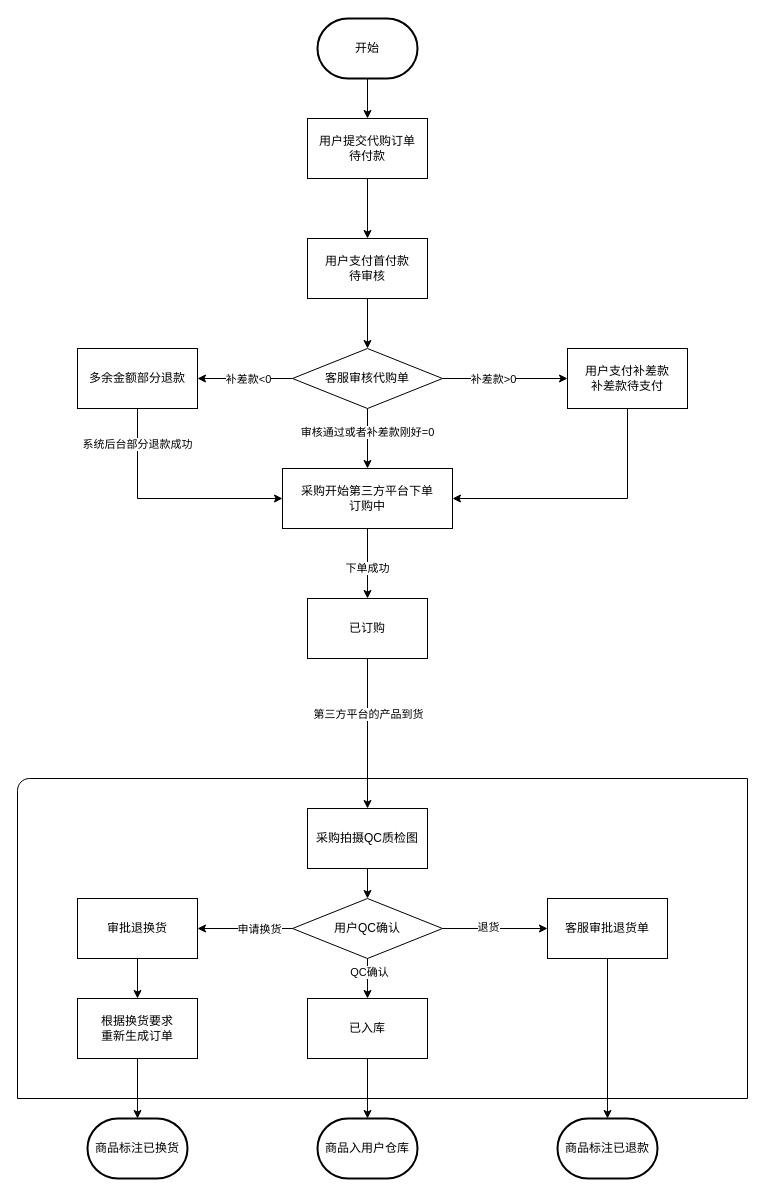
Above: 代购流程.drawio in yangjy15033/draw.io (draw.io), before the change. Source tidied: cells renumbered, new cells numbered last; positions are measured from the earlier drawing's top-left corner, leaving out a move shared by most shapes. Both pictures are drawn from the tidied source at 100%, with x=0, y=0 at pixel (17, 18).
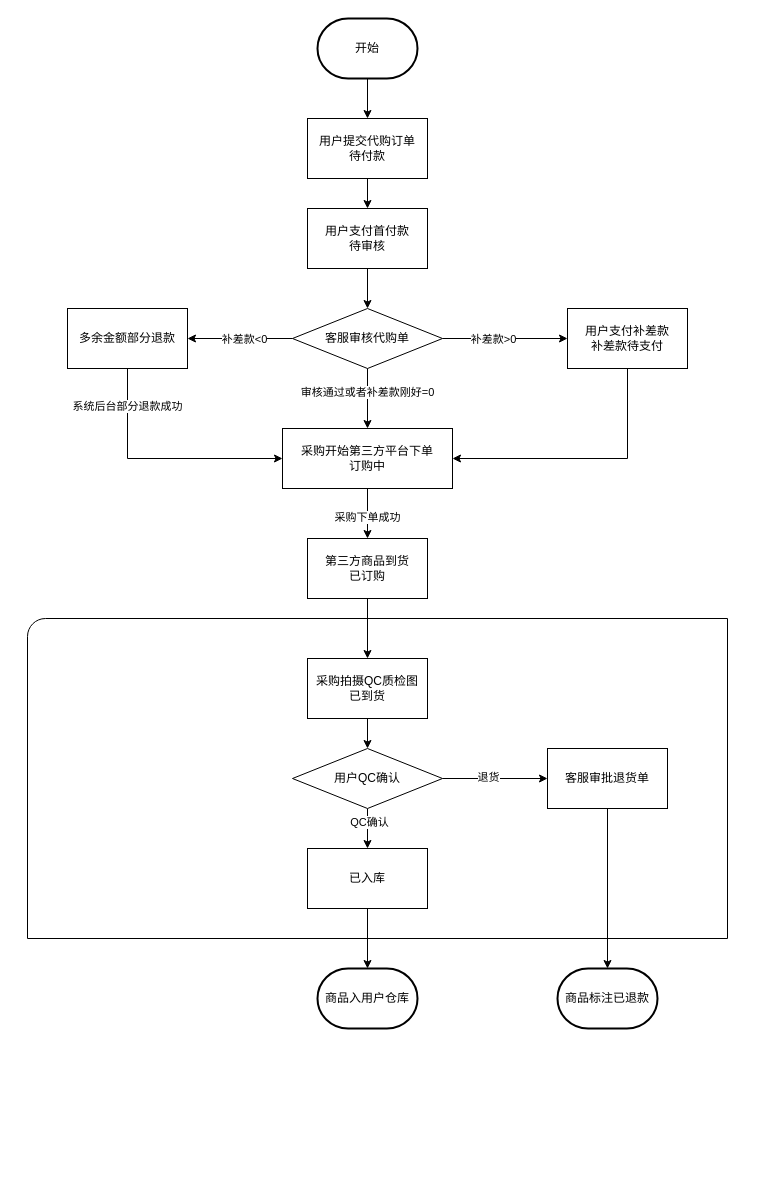
The same diagram, later.

Commit message:
更新代购流程.drawio

The change refers to these unchanged cells:
```xml
<mxCell id="8" style="edgeStyle=orthogonalEdgeStyle;rounded=0;jettySize=auto;html=1;" parent="1" edge="1" source="10" target="13">
  <mxGeometry relative="1" as="geometry" />
</mxCell>
<mxCell id="11" style="edgeStyle=orthogonalEdgeStyle;rounded=0;jettySize=auto;html=1;entryX=0.5;entryY=0;entryDx=0;entryDy=0;" parent="1" edge="1" source="13" target="41">
  <mxGeometry relative="1" as="geometry" />
</mxCell>
```

Change to the diagram source:
```diff
@@
-    <mxCell id="2" style="verticalLabelPosition=bottom;verticalAlign=top;html=1;shape=mxgraph.basic.corner_round_rect;dx=6;whiteSpace=wrap;" parent="1" vertex="1">
-      <mxGeometry y="760" width="730" height="320" as="geometry" />
+    <mxCell id="2" style="verticalLabelPosition=bottom;verticalAlign=top;html=1;shape=mxgraph.basic.corner_round_rect;dx=9;whiteSpace=wrap;" parent="1" vertex="1">
+      <mxGeometry x="10" y="600" width="700" height="320" as="geometry" />
     </mxCell>
@@
     <mxCell id="7" value="用户支付首付款&lt;br&gt;待审核" style="whiteSpace=wrap;html=1;rounded=0;" parent="1" vertex="1">
-      <mxGeometry x="290" y="220" width="120" height="60" as="geometry" />
+      <mxGeometry x="290" y="190" width="120" height="60" as="geometry" />
     </mxCell>
@@
-    <mxCell id="9" value="下单成功" style="edgeLabel;html=1;align=center;verticalAlign=middle;" parent="8" vertex="1">
+    <mxCell id="9" value="采购下单成功" style="edgeLabel;html=1;align=center;verticalAlign=middle;" parent="8" vertex="1">
       <mxGeometry x="0.1" y="-1" relative="1" as="geometry" />
     </mxCell>
     <mxCell id="10" value="采购开始第三方平台下单&lt;br&gt;订购中" style="whiteSpace=wrap;html=1;rounded=0;" parent="1" vertex="1">
-      <mxGeometry x="265" y="450" width="170" height="60" as="geometry" />
+      <mxGeometry x="265" y="410" width="170" height="60" as="geometry" />
     </mxCell>
@@
-    <mxCell id="12" value="第三方平台的产品到货" style="edgeLabel;html=1;align=center;verticalAlign=middle;" parent="11" vertex="1">
-      <mxGeometry x="0.07" y="-2" relative="1" as="geometry">
-        <mxPoint x="2" y="-25" as="offset" />
-      </mxGeometry>
-    </mxCell>
-    <mxCell id="13" value="已订购" style="whiteSpace=wrap;html=1;rounded=0;" parent="1" vertex="1">
-      <mxGeometry x="290" y="580" width="120" height="60" as="geometry" />
+    <mxCell id="13" value="第三方商品到货&lt;br&gt;已订购" style="whiteSpace=wrap;html=1;rounded=0;" parent="1" vertex="1">
+      <mxGeometry x="290" y="520" width="120" height="60" as="geometry" />
     </mxCell>
@@
     <mxCell id="15" value="已入库" style="whiteSpace=wrap;html=1;rounded=0;" parent="1" vertex="1">
-      <mxGeometry x="290" y="980" width="120" height="60" as="geometry" />
+      <mxGeometry x="290" y="830" width="120" height="60" as="geometry" />
     </mxCell>
     <mxCell id="16" value="商品入用户仓库" style="strokeWidth=2;html=1;shape=mxgraph.flowchart.terminator;whiteSpace=wrap;" parent="1" vertex="1">
-      <mxGeometry x="300" y="1100" width="100" height="60" as="geometry" />
+      <mxGeometry x="300" y="950" width="100" height="60" as="geometry" />
     </mxCell>
@@
     <mxCell id="21" value="客服审核代购单" style="rhombus;whiteSpace=wrap;html=1;rounded=0;" parent="1" vertex="1">
-      <mxGeometry x="275" y="330" width="150" height="60" as="geometry" />
+      <mxGeometry x="275" y="290" width="150" height="60" as="geometry" />
     </mxCell>
@@
     <mxCell id="25" value="用户支付补差款&lt;br&gt;补差款待支付" style="whiteSpace=wrap;html=1;rounded=0;" parent="1" vertex="1">
-      <mxGeometry x="550" y="330" width="120" height="60" as="geometry" />
+      <mxGeometry x="550" y="290" width="120" height="60" as="geometry" />
     </mxCell>
@@
     <mxCell id="28" value="多余金额部分退款" style="whiteSpace=wrap;html=1;rounded=0;" parent="1" vertex="1">
-      <mxGeometry x="60" y="330" width="120" height="60" as="geometry" />
+      <mxGeometry x="50" y="290" width="120" height="60" as="geometry" />
     </mxCell>
@@
-    <mxCell id="31" style="edgeStyle=orthogonalEdgeStyle;rounded=0;jettySize=auto;html=1;exitX=0;exitY=0.5;exitDx=0;exitDy=0;entryX=1;entryY=0.5;entryDx=0;entryDy=0;" parent="1" edge="1" source="35" target="37">
-      <mxGeometry relative="1" as="geometry" />
-    </mxCell>
-    <mxCell id="32" value="申请换货" style="edgeLabel;html=1;align=center;verticalAlign=middle;" parent="31" vertex="1">
-      <mxGeometry x="0.04" y="3" relative="1" as="geometry">
-        <mxPoint x="15" y="-3" as="offset" />
-      </mxGeometry>
-    </mxCell>
@@
     <mxCell id="35" value="用户QC确认" style="rhombus;whiteSpace=wrap;html=1;rounded=0;" parent="1" vertex="1">
-      <mxGeometry x="275" y="880" width="150" height="60" as="geometry" />
+      <mxGeometry x="275" y="730" width="150" height="60" as="geometry" />
     </mxCell>
-    <mxCell id="36" style="edgeStyle=orthogonalEdgeStyle;rounded=0;jettySize=auto;html=1;exitX=0.5;exitY=1;exitDx=0;exitDy=0;entryX=0.5;entryY=0;entryDx=0;entryDy=0;" parent="1" edge="1" source="37" target="44">
-      <mxGeometry relative="1" as="geometry" />
-    </mxCell>
-    <mxCell id="37" value="审批退换货" style="whiteSpace=wrap;html=1;rounded=0;" parent="1" vertex="1">
-      <mxGeometry x="60" y="880" width="120" height="60" as="geometry" />
-    </mxCell>
@@
     <mxCell id="39" value="客服审批退货单" style="whiteSpace=wrap;html=1;rounded=0;" parent="1" vertex="1">
-      <mxGeometry x="530" y="880" width="120" height="60" as="geometry" />
+      <mxGeometry x="530" y="730" width="120" height="60" as="geometry" />
     </mxCell>
@@
-    <mxCell id="41" value="采购拍摄QC质检图" style="whiteSpace=wrap;html=1;rounded=0;" parent="1" vertex="1">
-      <mxGeometry x="290" y="790" width="120" height="60" as="geometry" />
+    <mxCell id="41" value="采购拍摄QC质检图&lt;br&gt;已到货" style="whiteSpace=wrap;html=1;rounded=0;" parent="1" vertex="1">
+      <mxGeometry x="290" y="640" width="120" height="60" as="geometry" />
     </mxCell>
     <mxCell id="42" value="商品标注已退款" style="strokeWidth=2;html=1;shape=mxgraph.flowchart.terminator;whiteSpace=wrap;" parent="1" vertex="1">
-      <mxGeometry x="540" y="1100" width="100" height="60" as="geometry" />
+      <mxGeometry x="540" y="950" width="100" height="60" as="geometry" />
     </mxCell>
-    <mxCell id="43" style="edgeStyle=orthogonalEdgeStyle;rounded=0;jettySize=auto;html=1;" parent="1" edge="1" source="44" target="45">
-      <mxGeometry relative="1" as="geometry" />
-    </mxCell>
-    <mxCell id="44" value="根据换货要求&lt;br&gt;重新生成订单" style="rounded=0;whiteSpace=wrap;html=1;" parent="1" vertex="1">
-      <mxGeometry x="60" y="980" width="120" height="60" as="geometry" />
-    </mxCell>
-    <mxCell id="45" value="商品标注已换货" style="strokeWidth=2;html=1;shape=mxgraph.flowchart.terminator;whiteSpace=wrap;" parent="1" vertex="1">
-      <mxGeometry x="70" y="1100" width="100" height="60" as="geometry" />
-    </mxCell>
```
